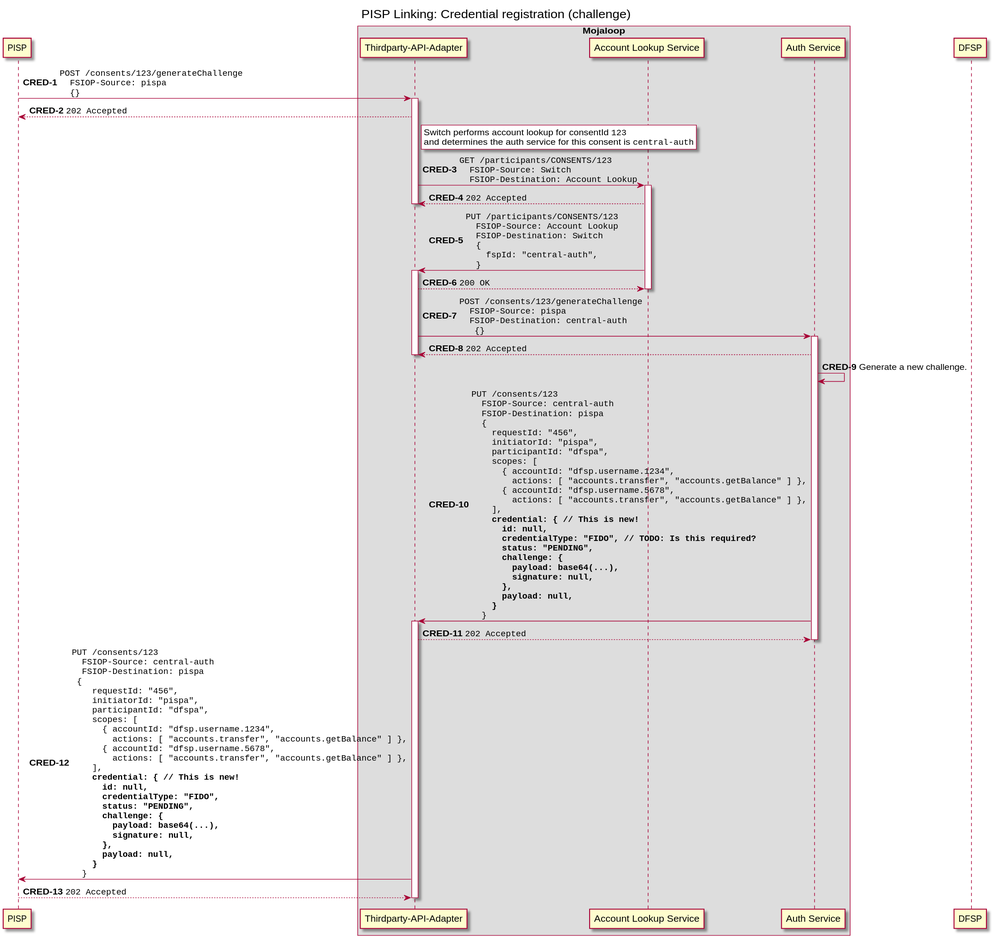
Above: docs/out/linking/5a-credential-registration.svg in mojaloop/pisp-project (PlantUML), before the change. Its source is kept beside it as docs/linking/5a-credential-registration.puml. Source of this version:
```plantuml
@startuml

!pragma teoz true

title PISP Linking: Credential registration (challenge)

participant "PISP" as PISP

box "Mojaloop"
    participant "Thirdparty-API-Adapter" as Switch
    participant "Account Lookup Service" as ALS
    participant "Auth Service" as Auth
end box

participant "DFSP" as DFSP

autonumber 1 "<b>CRED-#</b>"
PISP -> Switch ++: ""POST /consents/123/generateChallenge""\n\
""  FSIOP-Source: pispa""\n\
""  {}""
Switch --> PISP: ""202 Accepted""
deactivate PISP

rnote right of Switch #Light
    Switch performs account lookup for consentId ""123""
    and determines the auth service for this consent is ""central-auth""
end note

Switch -> ALS ++: ""GET /participants/CONSENTS/123""\n\
""  FSIOP-Source: Switch""\n\
""  FSIOP-Destination: Account Lookup""
ALS --> Switch: ""202 Accepted""
deactivate Switch

ALS -> Switch ++: ""PUT /participants/CONSENTS/123""\n\
""  FSIOP-Source: Account Lookup""\n\
""  FSIOP-Destination: Switch""\n\
""  {""\n\
    ""  fspId: "central-auth",""\n\
    ""}""
Switch --> ALS: ""200 OK""
deactivate ALS


Switch -> Auth ++: ""POST /consents/123/generateChallenge""\n\
""  FSIOP-Source: pispa""\n\
""  FSIOP-Destination: central-auth""\n\
""   {}""
Auth --> Switch: ""202 Accepted""
deactivate Switch

Auth -> Auth: Generate a new challenge.
Auth -> Switch ++: ""PUT /consents/123""\n\
""  FSIOP-Source: central-auth""\n\
""  FSIOP-Destination: pispa""\n\
""  {""\n\
    ""  requestId: "456",""\n\
    ""  initiatorId: "pispa",""\n\
    ""  participantId: "dfspa",""\n\
    ""  scopes: [ ""\n\
    ""    { accountId: "dfsp.username.1234",""\n\
    ""      actions: [ "accounts.transfer", "accounts.getBalance" ] },""\n\
    ""    { accountId: "dfsp.username.5678",""\n\
    ""      actions: [ "accounts.transfer", "accounts.getBalance" ] },""\n\
    ""  ],""\n\
    ""  **credential: { // This is new!**""\n\
    ""    **id: null,**""\n\
    ""    **credentialType: "FIDO", // TODO: Is this required?**""\n\
    ""    **status: "PENDING",**""\n\
    ""    **challenge: {**""\n\
    ""      **payload: base64(...),**""\n\
    ""      **signature: null,**""\n\
    ""    **},**""\n\
    ""    **payload: null,**""\n\
    ""  **}**""\n\
    ""}""
Switch --> Auth: ""202 Accepted""
deactivate Auth

Switch -> PISP ++: ""PUT /consents/123""\n\
""  FSIOP-Source: central-auth""\n\
""  FSIOP-Destination: pispa""\n\
"" {""\n\
    ""  requestId: "456",""\n\
    ""  initiatorId: "pispa",""\n\
    ""  participantId: "dfspa",""\n\
    ""  scopes: [ ""\n\
    ""    { accountId: "dfsp.username.1234",""\n\
    ""      actions: [ "accounts.transfer", "accounts.getBalance" ] },""\n\
    ""    { accountId: "dfsp.username.5678",""\n\
    ""      actions: [ "accounts.transfer", "accounts.getBalance" ] },""\n\
    ""  ],""\n\
    ""  **credential: { // This is new!**""\n\
    ""    **id: null,**""\n\
    ""    **credentialType: "FIDO",**""\n\
    ""    **status: "PENDING",**""\n\
    ""    **challenge: {**""\n\
    ""      **payload: base64(...),**""\n\
    ""      **signature: null,**""\n\
    ""    **},**""\n\
    ""    **payload: null,**""\n\
    ""  **}**""\n\
    ""}""
PISP --> Switch: ""202 Accepted""
deactivate Switch

@enduml
```
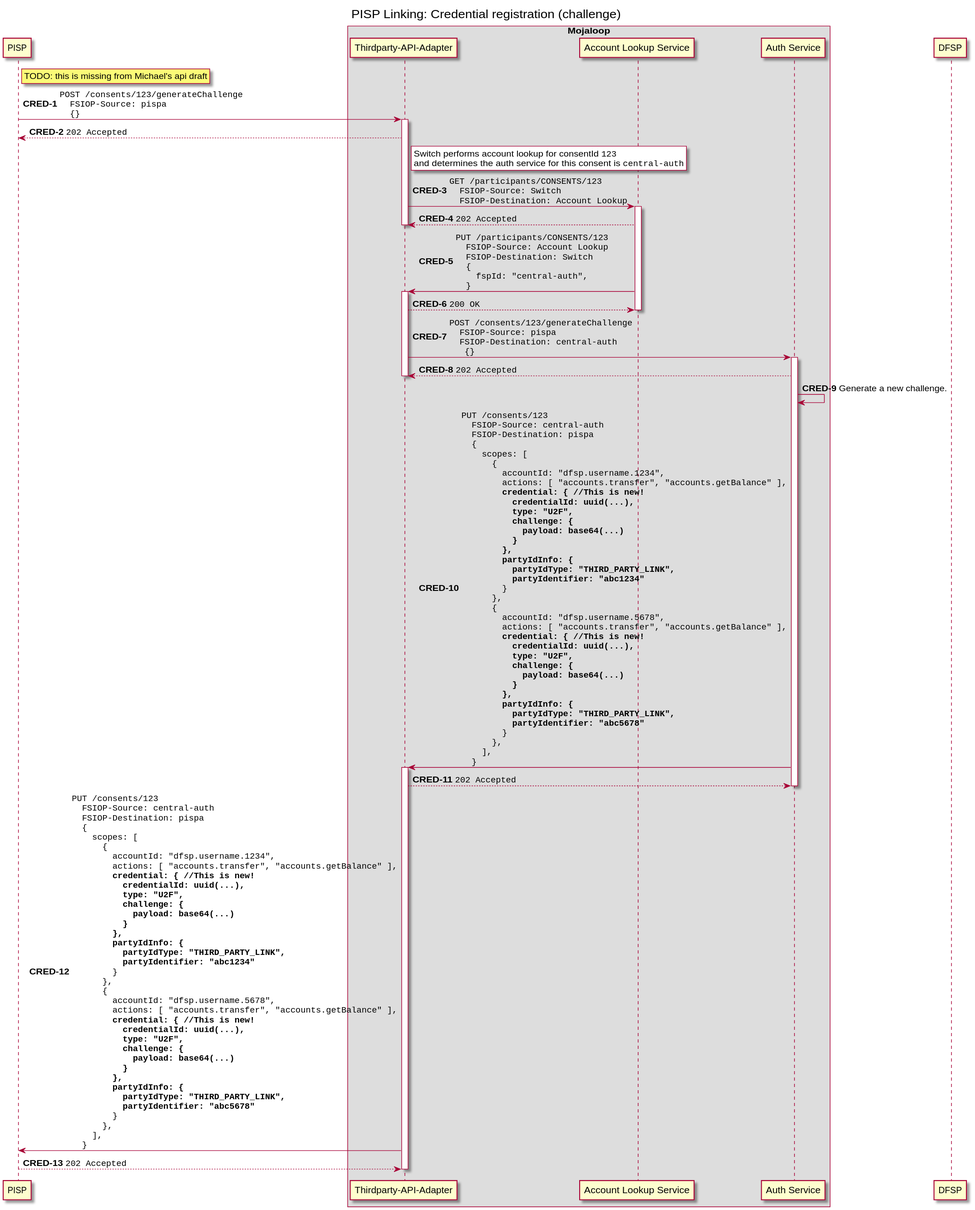
The same diagram one commit later.

Change to the diagram source:
```diff
@@ -15,6 +15,11 @@
 participant "DFSP" as DFSP
 
 autonumber 1 "<b>CRED-#</b>"
+
+rnote right of PISP
+    TODO: this is missing from Michael's api draft
+end note
+
 PISP -> Switch ++: ""POST /consents/123/generateChallenge""\n\
 ""  FSIOP-Source: pispa""\n\
 ""  {}""
@@ -54,25 +59,38 @@
 ""  FSIOP-Source: central-auth""\n\
 ""  FSIOP-Destination: pispa""\n\
 ""  {""\n\
-    ""  requestId: "456",""\n\
-    ""  initiatorId: "pispa",""\n\
-    ""  participantId: "dfspa",""\n\
     ""  scopes: [ ""\n\
-    ""    { accountId: "dfsp.username.1234",""\n\
-    ""      actions: [ "accounts.transfer", "accounts.getBalance" ] },""\n\
-    ""    { accountId: "dfsp.username.5678",""\n\
-    ""      actions: [ "accounts.transfer", "accounts.getBalance" ] },""\n\
+    ""    { ""\n\
+    ""      accountId: "dfsp.username.1234",""\n\
+    ""      actions: [ "accounts.transfer", "accounts.getBalance" ],""\n\
+    ""      **credential: { //This is new!**""\n\
+    ""        **credentialId: uuid(...),**""\n\
+    ""        **type: "U2F",**""\n\
+    ""        **challenge: {**""\n\
+    ""          **payload: base64(...)**""\n\
+    ""        **}**""\n\
+    ""      **},**""\n\
+    ""      **partyIdInfo: {**""\n\
+    ""        **partyIdType: "THIRD_PARTY_LINK",**""\n\
+    ""        **partyIdentifier: "abc1234"**""\n\
+    ""      }""\n\
+    ""    },""\n\
+    ""    {""\n\
+    ""      accountId: "dfsp.username.5678",""\n\
+    ""      actions: [ "accounts.transfer", "accounts.getBalance" ],""\n\
+    ""      **credential: { //This is new!**""\n\
+    ""        **credentialId: uuid(...),**""\n\
+    ""        **type: "U2F",**""\n\
+    ""        **challenge: {**""\n\
+    ""          **payload: base64(...)**""\n\
+    ""        **}**""\n\
+    ""      **},**""\n\
+    ""      **partyIdInfo: {**""\n\
+    ""        **partyIdType: "THIRD_PARTY_LINK",**""\n\
+    ""        **partyIdentifier: "abc5678"**""\n\
+    ""      }""\n\
+    ""    },""\n\
     ""  ],""\n\
-    ""  **credential: { // This is new!**""\n\
-    ""    **id: null,**""\n\
-    ""    **credentialType: "FIDO", // TODO: Is this required?**""\n\
-    ""    **status: "PENDING",**""\n\
-    ""    **challenge: {**""\n\
-    ""      **payload: base64(...),**""\n\
-    ""      **signature: null,**""\n\
-    ""    **},**""\n\
-    ""    **payload: null,**""\n\
-    ""  **}**""\n\
     ""}""
 Switch --> Auth: ""202 Accepted""
 deactivate Auth
@@ -80,26 +98,39 @@
 Switch -> PISP ++: ""PUT /consents/123""\n\
 ""  FSIOP-Source: central-auth""\n\
 ""  FSIOP-Destination: pispa""\n\
-"" {""\n\
-    ""  requestId: "456",""\n\
-    ""  initiatorId: "pispa",""\n\
-    ""  participantId: "dfspa",""\n\
+""  {""\n\
     ""  scopes: [ ""\n\
-    ""    { accountId: "dfsp.username.1234",""\n\
-    ""      actions: [ "accounts.transfer", "accounts.getBalance" ] },""\n\
-    ""    { accountId: "dfsp.username.5678",""\n\
-    ""      actions: [ "accounts.transfer", "accounts.getBalance" ] },""\n\
+    ""    { ""\n\
+    ""      accountId: "dfsp.username.1234",""\n\
+    ""      actions: [ "accounts.transfer", "accounts.getBalance" ],""\n\
+    ""      **credential: { //This is new!**""\n\
+    ""        **credentialId: uuid(...),**""\n\
+    ""        **type: "U2F",**""\n\
+    ""        **challenge: {**""\n\
+    ""          **payload: base64(...)**""\n\
+    ""        **}**""\n\
+    ""      **},**""\n\
+    ""      **partyIdInfo: {**""\n\
+    ""        **partyIdType: "THIRD_PARTY_LINK",**""\n\
+    ""        **partyIdentifier: "abc1234"**""\n\
+    ""      }""\n\
+    ""    },""\n\
+    ""    {""\n\
+    ""      accountId: "dfsp.username.5678",""\n\
+    ""      actions: [ "accounts.transfer", "accounts.getBalance" ],""\n\
+    ""      **credential: { //This is new!**""\n\
+    ""        **credentialId: uuid(...),**""\n\
+    ""        **type: "U2F",**""\n\
+    ""        **challenge: {**""\n\
+    ""          **payload: base64(...)**""\n\
+    ""        **}**""\n\
+    ""      **},**""\n\
+    ""      **partyIdInfo: {**""\n\
+    ""        **partyIdType: "THIRD_PARTY_LINK",**""\n\
+    ""        **partyIdentifier: "abc5678"**""\n\
+    ""      }""\n\
+    ""    },""\n\
     ""  ],""\n\
-    ""  **credential: { // This is new!**""\n\
-    ""    **id: null,**""\n\
-    ""    **credentialType: "FIDO",**""\n\
-    ""    **status: "PENDING",**""\n\
-    ""    **challenge: {**""\n\
-    ""      **payload: base64(...),**""\n\
-    ""      **signature: null,**""\n\
-    ""    **},**""\n\
-    ""    **payload: null,**""\n\
-    ""  **}**""\n\
     ""}""
 PISP --> Switch: ""202 Accepted""
 deactivate Switch
```
